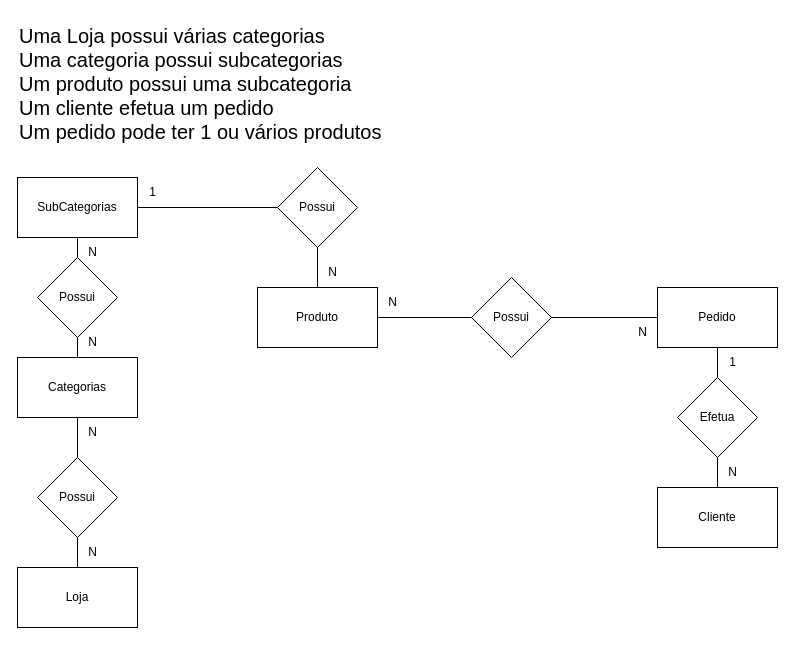
This is BancoDeDados/Aula3-24-07-Atividade-ModeloEntidadeRelacionamento/1.5-exercicio-ecommerce/1.5-exercicio-ecommerce.drawio from AllanR1991/Senai-2SM, a draw.io file, before an edit. Source tidied: cells renumbered, new cells numbered last; positions are measured from the earlier drawing's top-left corner, leaving out a move shared by most shapes. Both pictures are drawn from the tidied source at 100%, with x=0, y=0 at pixel (17, 17).
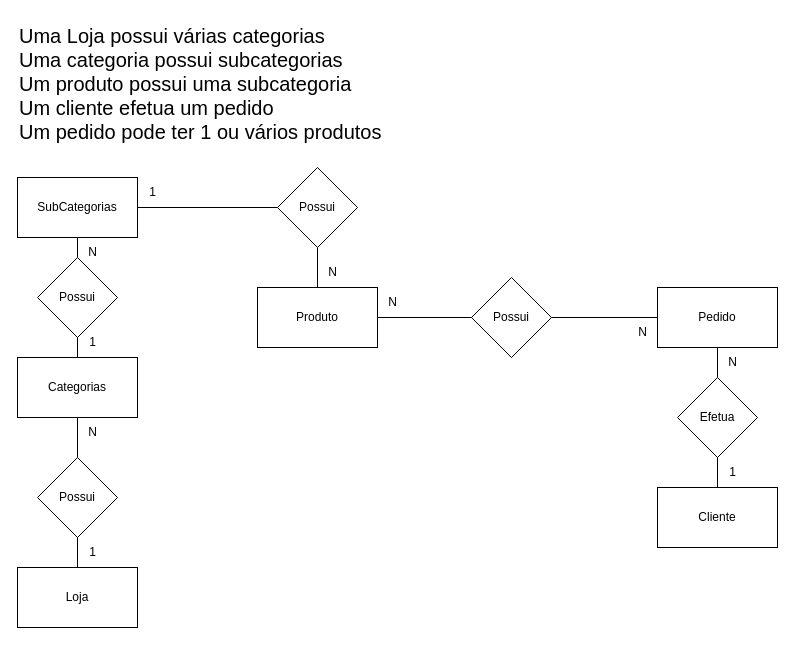
Above is the later version.

What changed in the source:
```diff
@@
-    <mxCell id="11" value="1" style="text;html=1;align=center;verticalAlign=middle;strokeColor=none;fillColor=none;" parent="1" vertex="1">
+    <mxCell id="11" value="N" style="text;html=1;align=center;verticalAlign=middle;strokeColor=none;fillColor=none;" parent="1" vertex="1">
       <mxGeometry x="700" y="330" width="30" height="30" as="geometry" />
     </mxCell>
-    <mxCell id="12" value="N" style="text;html=1;align=center;verticalAlign=middle;strokeColor=none;fillColor=none;" parent="1" vertex="1">
+    <mxCell id="12" value="1" style="text;html=1;align=center;verticalAlign=middle;strokeColor=none;fillColor=none;" parent="1" vertex="1">
       <mxGeometry x="700" y="440" width="30" height="30" as="geometry" />
     </mxCell>
@@
-    <mxCell id="27" value="N" style="text;html=1;align=center;verticalAlign=middle;strokeColor=none;fillColor=none;" parent="1" vertex="1">
+    <mxCell id="27" value="1" style="text;html=1;align=center;verticalAlign=middle;strokeColor=none;fillColor=none;" parent="1" vertex="1">
       <mxGeometry x="60" y="520" width="30" height="30" as="geometry" />
     </mxCell>
@@
-    <mxCell id="32" value="N" style="text;html=1;align=center;verticalAlign=middle;strokeColor=none;fillColor=none;" parent="1" vertex="1">
+    <mxCell id="32" value="1" style="text;html=1;align=center;verticalAlign=middle;strokeColor=none;fillColor=none;" parent="1" vertex="1">
       <mxGeometry x="60" y="310" width="30" height="30" as="geometry" />
     </mxCell>
```
